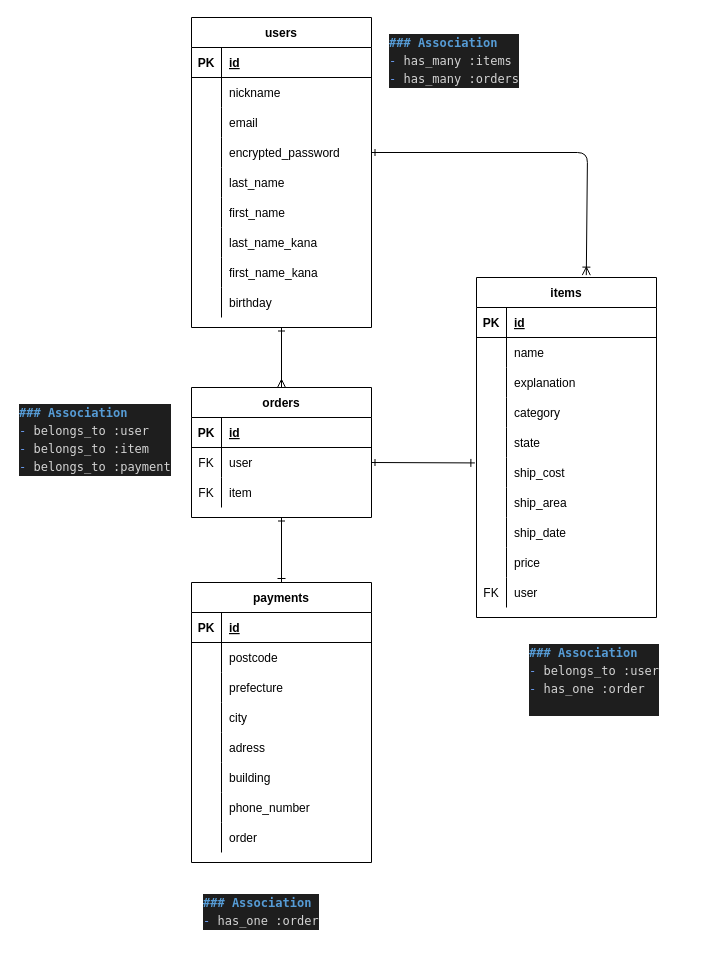
Before: ER.dio in 9bota/furima-38523, a draw.io diagram. Source tidied: cells renumbered, new cells numbered last; positions are measured from the earlier drawing's top-left corner, leaving out a move shared by most shapes. Both pictures are drawn from the tidied source at 100%, with x=0, y=0 at pixel (17, 17).
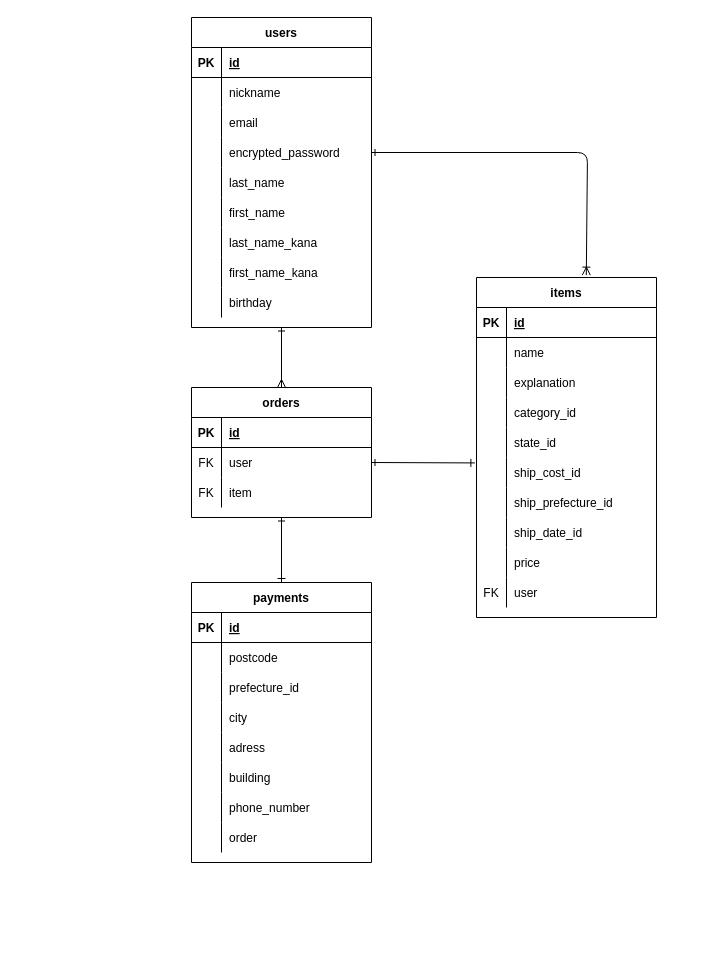
After the change.

Commit message (it also covers changes not shown here):
コメントより修正

カラム名の変更
アソシエーションの訂正
テーブル名の記載

The change refers to these unchanged cells:
```xml
<mxCell id="41" style="shape=partialRectangle;fillColor=none;top=0;left=0;bottom=0;right=0;" parent="31" vertex="1">
  <mxGeometry y="120" width="180" height="30" as="geometry" />
</mxCell>
<mxCell id="44" style="shape=partialRectangle;fillColor=none;top=0;left=0;bottom=0;right=0;" parent="31" vertex="1">
  <mxGeometry y="150" width="180" height="30" as="geometry" />
</mxCell>
<mxCell id="47" style="shape=partialRectangle;fillColor=none;top=0;left=0;bottom=0;right=0;points=[[0,0.5],[1,0.5]];portConstraint=eastwest;" parent="31" vertex="1">
  <mxGeometry y="180" width="180" height="30" as="geometry" />
</mxCell>
<mxCell id="50" style="shape=partialRectangle;fillColor=none;top=0;left=0;bottom=0;right=0;" parent="31" vertex="1">
  <mxGeometry y="210" width="180" height="30" as="geometry" />
</mxCell>
<mxCell id="53" style="shape=partialRectangle;fillColor=none;top=0;left=0;bottom=0;right=0;" parent="31" vertex="1">
  <mxGeometry y="240" width="180" height="30" as="geometry" />
</mxCell>
<mxCell id="80" style="shape=partialRectangle;fillColor=none;top=0;left=0;bottom=0;right=0;" parent="73" vertex="1">
  <mxGeometry y="90" width="180" height="30" as="geometry" />
</mxCell>
```

What changed in the source:
```diff
@@
-    <mxCell id="43" value="category" style="shape=partialRectangle;fillColor=none;top=0;left=0;bottom=0;right=0;align=left;spacingLeft=6;overflow=hidden;" parent="41" vertex="1">
+    <mxCell id="43" value="category_id" style="shape=partialRectangle;fillColor=none;top=0;left=0;bottom=0;right=0;align=left;spacingLeft=6;overflow=hidden;" parent="41" vertex="1">
       <mxGeometry x="30" width="150" height="30" as="geometry" />
     </mxCell>
@@
-    <mxCell id="46" value="state" style="shape=partialRectangle;fillColor=none;top=0;left=0;bottom=0;right=0;align=left;spacingLeft=6;overflow=hidden;" parent="44" vertex="1">
+    <mxCell id="46" value="state_id" style="shape=partialRectangle;fillColor=none;top=0;left=0;bottom=0;right=0;align=left;spacingLeft=6;overflow=hidden;" parent="44" vertex="1">
       <mxGeometry x="30" width="150" height="30" as="geometry" />
     </mxCell>
@@
-    <mxCell id="49" value="ship_cost" style="shape=partialRectangle;fillColor=none;top=0;left=0;bottom=0;right=0;align=left;spacingLeft=6;overflow=hidden;" parent="47" vertex="1">
+    <mxCell id="49" value="ship_cost_id" style="shape=partialRectangle;fillColor=none;top=0;left=0;bottom=0;right=0;align=left;spacingLeft=6;overflow=hidden;" parent="47" vertex="1">
       <mxGeometry x="30" width="150" height="30" as="geometry" />
     </mxCell>
@@
-    <mxCell id="52" value="ship_area" style="shape=partialRectangle;fillColor=none;top=0;left=0;bottom=0;right=0;align=left;spacingLeft=6;overflow=hidden;" parent="50" vertex="1">
+    <mxCell id="52" value="ship_prefecture_id" style="shape=partialRectangle;fillColor=none;top=0;left=0;bottom=0;right=0;align=left;spacingLeft=6;overflow=hidden;" parent="50" vertex="1">
       <mxGeometry x="30" width="150" height="30" as="geometry" />
     </mxCell>
@@
-    <mxCell id="55" value="ship_date" style="shape=partialRectangle;fillColor=none;top=0;left=0;bottom=0;right=0;align=left;spacingLeft=6;overflow=hidden;" parent="53" vertex="1">
+    <mxCell id="55" value="ship_date_id" style="shape=partialRectangle;fillColor=none;top=0;left=0;bottom=0;right=0;align=left;spacingLeft=6;overflow=hidden;" parent="53" vertex="1">
       <mxGeometry x="30" width="150" height="30" as="geometry" />
     </mxCell>
@@
-    <mxCell id="82" value="prefecture" style="shape=partialRectangle;fillColor=none;top=0;left=0;bottom=0;right=0;align=left;spacingLeft=6;overflow=hidden;" parent="80" vertex="1">
+    <mxCell id="82" value="prefecture_id" style="shape=partialRectangle;fillColor=none;top=0;left=0;bottom=0;right=0;align=left;spacingLeft=6;overflow=hidden;" parent="80" vertex="1">
       <mxGeometry x="30" width="150" height="30" as="geometry" />
     </mxCell>
@@
-    <mxCell id="98" value="&lt;div style=&quot;color: rgb(212, 212, 212); background-color: rgb(30, 30, 30); font-family: menlo, monaco, &amp;quot;courier new&amp;quot;, monospace; font-weight: normal; font-size: 12px; line-height: 18px;&quot;&gt;&lt;div&gt;&lt;span style=&quot;color: #569cd6 ; font-weight: bold&quot;&gt;### Association&lt;/span&gt;&lt;/div&gt;&lt;div&gt;&lt;span style=&quot;color: #6796e6&quot;&gt;-&lt;/span&gt;&lt;span style=&quot;color: #d4d4d4&quot;&gt; has_many :items&lt;/span&gt;&lt;/div&gt;&lt;div&gt;&lt;span style=&quot;color: #6796e6&quot;&gt;-&lt;/span&gt;&lt;span style=&quot;color: #d4d4d4&quot;&gt; has_many :orders&lt;/span&gt;&lt;/div&gt;&lt;/div&gt;" style="text;whiteSpace=wrap;html=1;" parent="1" vertex="1">
-      <mxGeometry x="370" y="10" width="160" height="70" as="geometry" />
-    </mxCell>
@@
-    <mxCell id="101" value="&lt;div style=&quot;color: rgb(212, 212, 212); background-color: rgb(30, 30, 30); font-family: menlo, monaco, &amp;quot;courier new&amp;quot;, monospace; font-weight: normal; font-size: 12px; line-height: 18px;&quot;&gt;&lt;div&gt;&lt;span style=&quot;color: #569cd6 ; font-weight: bold&quot;&gt;### Association&lt;/span&gt;&lt;/div&gt;&lt;div&gt;&lt;span style=&quot;color: #6796e6&quot;&gt;-&lt;/span&gt;&lt;span style=&quot;color: #d4d4d4&quot;&gt; belongs_to :user&lt;/span&gt;&lt;/div&gt;&lt;div&gt;&lt;span style=&quot;color: #6796e6&quot;&gt;-&lt;/span&gt;&lt;span style=&quot;color: #d4d4d4&quot;&gt; has_one :order&lt;/span&gt;&lt;/div&gt;&lt;br&gt;&lt;/div&gt;" style="text;whiteSpace=wrap;html=1;" parent="1" vertex="1">
-      <mxGeometry x="510" y="620" width="160" height="90" as="geometry" />
-    </mxCell>
-    <mxCell id="102" value="&lt;div style=&quot;color: rgb(212 , 212 , 212) ; background-color: rgb(30 , 30 , 30) ; font-family: &amp;#34;menlo&amp;#34; , &amp;#34;monaco&amp;#34; , &amp;#34;courier new&amp;#34; , monospace ; font-weight: normal ; font-size: 12px ; line-height: 18px&quot;&gt;&lt;div&gt;&lt;span style=&quot;color: #569cd6 ; font-weight: bold&quot;&gt;### Association&lt;/span&gt;&lt;/div&gt;&lt;div&gt;&lt;span style=&quot;color: #6796e6&quot;&gt;-&lt;/span&gt;&lt;span style=&quot;color: #d4d4d4&quot;&gt; belongs_to :user&lt;/span&gt;&lt;/div&gt;&lt;div&gt;&lt;span style=&quot;color: #6796e6&quot;&gt;-&lt;/span&gt;&lt;span style=&quot;color: #d4d4d4&quot;&gt; belongs_to :item&lt;/span&gt;&lt;/div&gt;&lt;div&gt;&lt;span style=&quot;color: #6796e6&quot;&gt;-&lt;/span&gt;&lt;span style=&quot;color: #d4d4d4&quot;&gt;&amp;nbsp;belongs_to :payment&lt;/span&gt;&lt;/div&gt;&lt;/div&gt;" style="text;whiteSpace=wrap;html=1;" parent="1" vertex="1">
-      <mxGeometry y="380" width="160" height="90" as="geometry" />
-    </mxCell>
-    <mxCell id="103" value="&lt;div style=&quot;color: rgb(212 , 212 , 212) ; background-color: rgb(30 , 30 , 30) ; font-family: &amp;#34;menlo&amp;#34; , &amp;#34;monaco&amp;#34; , &amp;#34;courier new&amp;#34; , monospace ; font-weight: normal ; font-size: 12px ; line-height: 18px&quot;&gt;&lt;div&gt;&lt;span style=&quot;color: #569cd6 ; font-weight: bold&quot;&gt;### Association&lt;/span&gt;&lt;/div&gt;&lt;div&gt;&lt;span style=&quot;color: #6796e6&quot;&gt;-&lt;/span&gt;&lt;span style=&quot;color: #d4d4d4&quot;&gt;&amp;nbsp;has_one :order&lt;/span&gt;&lt;/div&gt;&lt;/div&gt;" style="text;whiteSpace=wrap;html=1;" parent="1" vertex="1">
-      <mxGeometry x="184" y="870" width="160" height="50" as="geometry" />
-    </mxCell>
```
